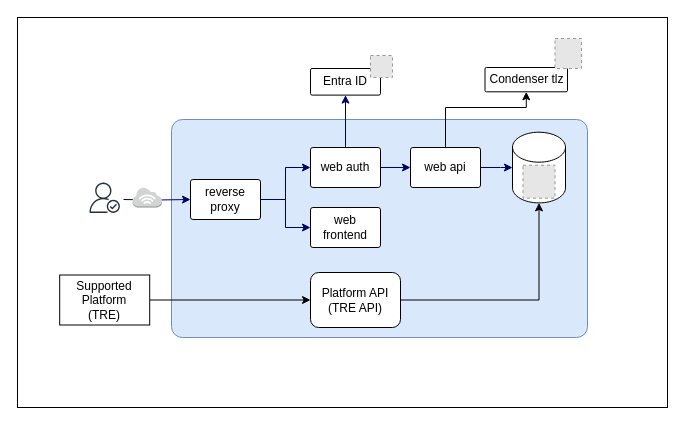
ucl-arc-tre/portal keeps this draw.io diagram as docs/media/architecture.drawio. Above is the earlier version. Source tidied: cells renumbered, new cells numbered last; positions are measured from the earlier drawing's top-left corner, leaving out a move shared by most shapes. Both pictures are drawn from the tidied source at 100%, with x=0, y=0 at pixel (17, 17). Pictures stored in the file or linked from it are replaced by grey dashed boxes.
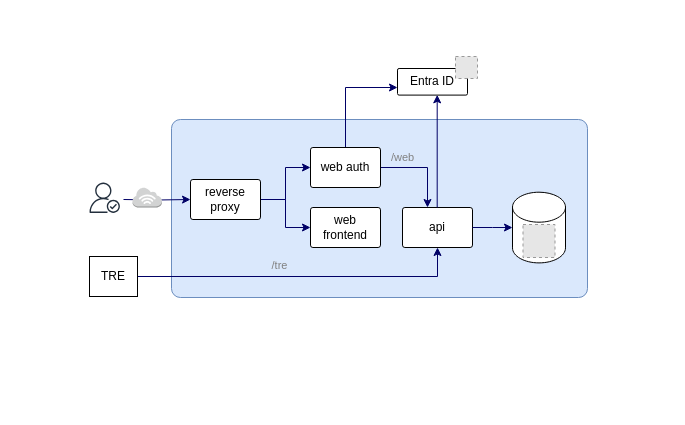
The same diagram, later.

The change refers to these unchanged cells:
```xml
<mxCell id="15" value="web auth" style="rounded=1;whiteSpace=wrap;html=1;arcSize=6;" parent="1" vertex="1">
  <mxGeometry x="293" y="130" width="70" height="40" as="geometry" />
</mxCell>
```

The edit, as a diff of the source:
```diff
@@
-    <mxCell id="2" style="rounded=0;whiteSpace=wrap;html=1;" parent="1" vertex="1">
-      <mxGeometry width="650" height="390" as="geometry" />
-    </mxCell>
     <mxCell id="3" style="rounded=1;whiteSpace=wrap;html=1;arcSize=5;fillColor=#dae8fc;strokeColor=#6c8ebf;" parent="1" vertex="1">
-      <mxGeometry x="154" y="102" width="416" height="218" as="geometry" />
+      <mxGeometry x="154" y="102" width="416" height="178" as="geometry" />
     </mxCell>
     <mxCell id="4" value="Entra ID" style="rounded=1;whiteSpace=wrap;html=1;arcSize=6;" parent="1" vertex="1">
-      <mxGeometry x="293" y="51" width="70" height="26.6" as="geometry" />
+      <mxGeometry x="380" y="51" width="70" height="26.6" as="geometry" />
     </mxCell>
     <mxCell id="5" style="fillColor=#E6E6E6;strokeColor=#999999;dashed=1;verticalLabelPosition=bottom;labelBackgroundColor=default;verticalAlign=top;" parent="1" vertex="1">
-      <mxGeometry x="353" y="38" width="22" height="22" as="geometry" />
+      <mxGeometry x="438" y="39" width="22" height="22" as="geometry" />
     </mxCell>
@@
-    <mxCell id="11" style="edgeStyle=orthogonalEdgeStyle;rounded=0;jettySize=auto;html=1;entryX=0.5;entryY=1;entryDx=0;entryDy=0;" parent="1" edge="1" source="12" target="21">
-      <mxGeometry relative="1" as="geometry">
-        <Array as="points">
-          <mxPoint x="428" y="90" />
-          <mxPoint x="509" y="90" />
-        </Array>
-      </mxGeometry>
-    </mxCell>
-    <mxCell id="12" value="web api" style="rounded=1;whiteSpace=wrap;html=1;arcSize=6;" parent="1" vertex="1">
-      <mxGeometry x="393" y="130" width="70" height="40" as="geometry" />
+    <mxCell id="12" value="api" style="rounded=1;whiteSpace=wrap;html=1;arcSize=6;" parent="1" vertex="1">
+      <mxGeometry x="385" y="190" width="70" height="40" as="geometry" />
     </mxCell>
     <mxCell id="13" style="edgeStyle=orthogonalEdgeStyle;rounded=0;jettySize=auto;html=1;strokeColor=#000066;" parent="1" edge="1" source="15" target="12">
-      <mxGeometry relative="1" as="geometry" />
+      <mxGeometry relative="1" as="geometry">
+        <Array as="points">
+          <mxPoint x="410" y="150" />
+        </Array>
+      </mxGeometry>
     </mxCell>
-    <mxCell id="14" style="edgeStyle=orthogonalEdgeStyle;rounded=0;jettySize=auto;html=1;entryX=0.5;entryY=1;entryDx=0;entryDy=0;strokeColor=#000066;" parent="1" edge="1" source="15" target="4">
-      <mxGeometry relative="1" as="geometry" />
+    <mxCell id="14" style="edgeStyle=orthogonalEdgeStyle;rounded=0;jettySize=auto;html=1;strokeColor=#000066;" parent="1" edge="1" source="15">
+      <mxGeometry relative="1" as="geometry">
+        <mxPoint x="380" y="70" as="targetPoint" />
+        <Array as="points">
+          <mxPoint x="328" y="70" />
+          <mxPoint x="380" y="70" />
+        </Array>
+      </mxGeometry>
     </mxCell>
@@
     <mxCell id="16" style="shape=cylinder3;whiteSpace=wrap;html=1;boundedLbl=1;backgroundOutline=1;size=15;" parent="1" vertex="1">
-      <mxGeometry x="495" y="114.7" width="53" height="70.7" as="geometry" />
+      <mxGeometry x="495" y="174.7" width="53" height="70.7" as="geometry" />
     </mxCell>
     <mxCell id="17" style="fillColor=#E6E6E6;strokeColor=#999999;dashed=1;verticalLabelPosition=bottom;labelBackgroundColor=default;verticalAlign=top;" parent="1" vertex="1">
-      <mxGeometry x="505.5" y="147.7" width="32" height="33" as="geometry" />
+      <mxGeometry x="505.5" y="207" width="32" height="33" as="geometry" />
     </mxCell>
@@
-    <mxCell id="21" value="Condenser tlz" style="rounded=1;whiteSpace=wrap;html=1;arcSize=6;" parent="1" vertex="1">
-      <mxGeometry x="467.5" y="50" width="82.5" height="24.3" as="geometry" />
-    </mxCell>
-    <mxCell id="22" style="fillColor=#E6E6E6;strokeColor=#999999;dashed=1;verticalLabelPosition=bottom;labelBackgroundColor=default;verticalAlign=top;" parent="1" vertex="1">
-      <mxGeometry x="537.5" y="21" width="26.5" height="30" as="geometry" />
-    </mxCell>
-    <mxCell id="23" value="Platform API&lt;div&gt;(TRE API)&lt;/div&gt;" style="rounded=1;whiteSpace=wrap;html=1;" parent="1" vertex="1">
-      <mxGeometry x="293" y="255" width="90" height="55" as="geometry" />
-    </mxCell>
-    <mxCell id="24" style="edgeStyle=orthogonalEdgeStyle;rounded=0;jettySize=auto;html=1;" parent="1" edge="1" source="25" target="23">
-      <mxGeometry relative="1" as="geometry" />
-    </mxCell>
-    <mxCell id="25" value="Supported Platform&lt;div&gt;(TRE)&lt;/div&gt;" style="rounded=0;whiteSpace=wrap;html=1;" parent="1" vertex="1">
-      <mxGeometry x="42.2" y="257.5" width="90" height="50" as="geometry" />
-    </mxCell>
-    <mxCell id="26" style="edgeStyle=orthogonalEdgeStyle;rounded=0;jettySize=auto;html=1;entryX=0.5;entryY=1;entryDx=0;entryDy=0;entryPerimeter=0;" parent="1" edge="1" source="23" target="16">
-      <mxGeometry relative="1" as="geometry" />
-    </mxCell>
+    <mxCell id="27" style="edgeStyle=orthogonalEdgeStyle;rounded=0;jettySize=auto;html=1;strokeColor=#000066;exitX=0.5;exitY=0;exitDx=0;exitDy=0;entryX=0.567;entryY=0.99;entryDx=0;entryDy=0;entryPerimeter=0;" parent="1" edge="1" source="12" target="4">
+      <mxGeometry relative="1" as="geometry">
+        <Array as="points">
+          <mxPoint x="420" y="77" />
+        </Array>
+      </mxGeometry>
+    </mxCell>
+    <mxCell id="28" style="edgeStyle=orthogonalEdgeStyle;rounded=0;jettySize=auto;html=1;entryX=0.5;entryY=1;entryDx=0;entryDy=0;strokeColor=#000066;" parent="1" edge="1" source="29" target="12">
+      <mxGeometry relative="1" as="geometry" />
+    </mxCell>
+    <mxCell id="29" value="TRE" style="rounded=0;whiteSpace=wrap;html=1;" parent="1" vertex="1">
+      <mxGeometry x="72" y="239" width="48" height="40" as="geometry" />
+    </mxCell>
+    <mxCell id="30" value="/web" style="text;html=1;strokeColor=none;fillColor=none;align=center;verticalAlign=middle;whiteSpace=wrap;rounded=0;fontColor=#808080;fontSize=11;" parent="1" vertex="1">
+      <mxGeometry x="363" y="129.7" width="45" height="20" as="geometry" />
+    </mxCell>
+    <mxCell id="31" value="/tre" style="text;html=1;strokeColor=none;fillColor=none;align=center;verticalAlign=middle;whiteSpace=wrap;rounded=0;fontColor=#808080;fontSize=11;" parent="1" vertex="1">
+      <mxGeometry x="240" y="238" width="45" height="20" as="geometry" />
+    </mxCell>
```
